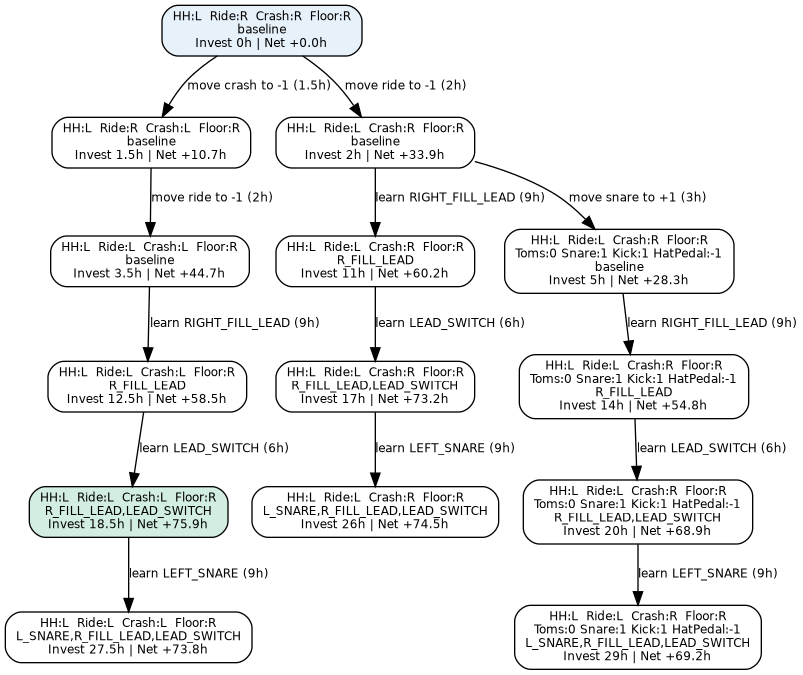
bliiir/drum-graph-optimizer keeps this Graphviz diagram as drum_options.png. Above is the earlier version. Its source is kept beside it as drum_options.dot.
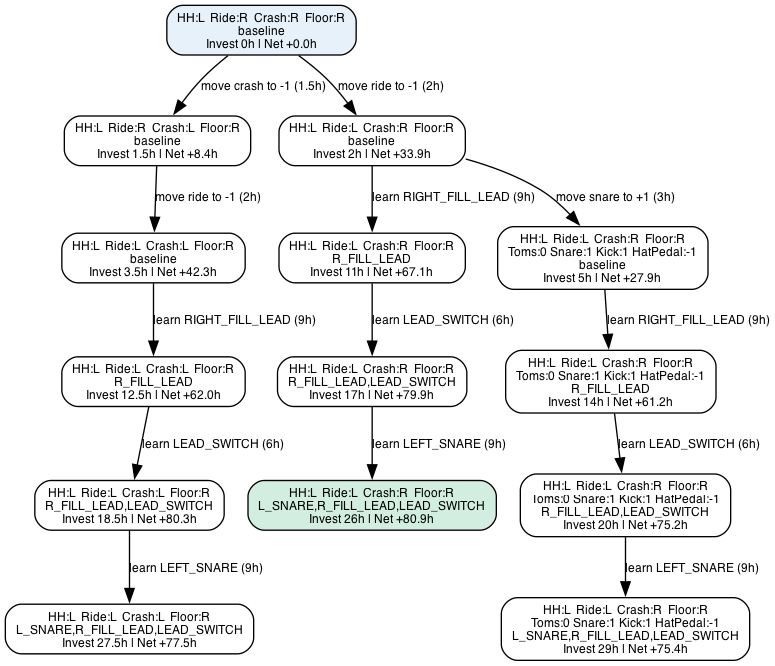
Later version of the same file.

Commit message:
fix: fill mirroring, pairing floor, A/B lookup

Diff of the diagram source:
```diff
@@ -3,28 +3,28 @@
   graph [fontname=Helvetica, bgcolor=white];
   node [shape=box, style=rounded, fontname=Helvetica, fontsize=9];
   edge [fontname=Helvetica, fontsize=9];
-  n0 [label="HH:L  Ride:L  Crash:L  Floor:R\nR_FILL_LEAD,LEAD_SWITCH\nInvest 18.5h | Net +75.9h", fillcolor="#D2EEE1", style="rounded,filled"];
-  n1 [label="HH:L  Ride:L  Crash:R  Floor:R\nL_SNARE,R_FILL_LEAD,LEAD_SWITCH\nInvest 26h | Net +74.5h"];
-  n2 [label="HH:L  Ride:L  Crash:R  Floor:R\nToms:0 Snare:1 Kick:1 HatPedal:-1\nL_SNARE,R_FILL_LEAD,LEAD_SWITCH\nInvest 29h | Net +69.2h"];
-  n3 [label="HH:L  Ride:L  Crash:R  Floor:R\nToms:0 Snare:1 Kick:1 HatPedal:-1\nR_FILL_LEAD,LEAD_SWITCH\nInvest 20h | Net +68.9h"];
-  n4 [label="HH:L  Ride:L  Crash:R  Floor:R\nToms:0 Snare:1 Kick:1 HatPedal:-1\nR_FILL_LEAD\nInvest 14h | Net +54.8h"];
+  n0 [label="HH:L  Ride:L  Crash:L  Floor:R\nR_FILL_LEAD,LEAD_SWITCH\nInvest 18.5h | Net +80.3h"];
+  n1 [label="HH:L  Ride:L  Crash:R  Floor:R\nL_SNARE,R_FILL_LEAD,LEAD_SWITCH\nInvest 26h | Net +80.9h", fillcolor="#D2EEE1", style="rounded,filled"];
+  n2 [label="HH:L  Ride:L  Crash:R  Floor:R\nToms:0 Snare:1 Kick:1 HatPedal:-1\nL_SNARE,R_FILL_LEAD,LEAD_SWITCH\nInvest 29h | Net +75.4h"];
+  n3 [label="HH:L  Ride:L  Crash:R  Floor:R\nToms:0 Snare:1 Kick:1 HatPedal:-1\nR_FILL_LEAD,LEAD_SWITCH\nInvest 20h | Net +75.2h"];
+  n4 [label="HH:L  Ride:L  Crash:R  Floor:R\nToms:0 Snare:1 Kick:1 HatPedal:-1\nR_FILL_LEAD\nInvest 14h | Net +61.2h"];
   n5 [label="HH:L  Ride:R  Crash:R  Floor:R\nbaseline\nInvest 0h | Net +0.0h", fillcolor="#E7F1F9", style="rounded,filled"];
-  n6 [label="HH:L  Ride:L  Crash:R  Floor:R\nR_FILL_LEAD,LEAD_SWITCH\nInvest 17h | Net +73.2h"];
-  n7 [label="HH:L  Ride:L  Crash:R  Floor:R\nR_FILL_LEAD\nInvest 11h | Net +60.2h"];
-  n8 [label="HH:L  Ride:L  Crash:L  Floor:R\nbaseline\nInvest 3.5h | Net +44.7h"];
-  n9 [label="HH:L  Ride:R  Crash:L  Floor:R\nbaseline\nInvest 1.5h | Net +10.7h"];
-  n10 [label="HH:L  Ride:L  Crash:R  Floor:R\nToms:0 Snare:1 Kick:1 HatPedal:-1\nbaseline\nInvest 5h | Net +28.3h"];
-  n11 [label="HH:L  Ride:L  Crash:L  Floor:R\nL_SNARE,R_FILL_LEAD,LEAD_SWITCH\nInvest 27.5h | Net +73.8h"];
+  n6 [label="HH:L  Ride:L  Crash:R  Floor:R\nR_FILL_LEAD,LEAD_SWITCH\nInvest 17h | Net +79.9h"];
+  n7 [label="HH:L  Ride:L  Crash:R  Floor:R\nR_FILL_LEAD\nInvest 11h | Net +67.1h"];
+  n8 [label="HH:L  Ride:L  Crash:L  Floor:R\nbaseline\nInvest 3.5h | Net +42.3h"];
+  n9 [label="HH:L  Ride:R  Crash:L  Floor:R\nbaseline\nInvest 1.5h | Net +8.4h"];
+  n10 [label="HH:L  Ride:L  Crash:R  Floor:R\nToms:0 Snare:1 Kick:1 HatPedal:-1\nbaseline\nInvest 5h | Net +27.9h"];
+  n11 [label="HH:L  Ride:L  Crash:L  Floor:R\nL_SNARE,R_FILL_LEAD,LEAD_SWITCH\nInvest 27.5h | Net +77.5h"];
   n12 [label="HH:L  Ride:L  Crash:R  Floor:R\nbaseline\nInvest 2h | Net +33.9h"];
-  n13 [label="HH:L  Ride:L  Crash:L  Floor:R\nR_FILL_LEAD\nInvest 12.5h | Net +58.5h"];
+  n13 [label="HH:L  Ride:L  Crash:L  Floor:R\nR_FILL_LEAD\nInvest 12.5h | Net +62.0h"];
+  n6 -> n1 [label="learn LEFT_SNARE (9h)"];
+  n7 -> n6 [label="learn LEAD_SWITCH (6h)"];
+  n12 -> n7 [label="learn RIGHT_FILL_LEAD (9h)"];
+  n5 -> n12 [label="move ride to -1 (2h)"];
   n13 -> n0 [label="learn LEAD_SWITCH (6h)"];
   n8 -> n13 [label="learn RIGHT_FILL_LEAD (9h)"];
   n9 -> n8 [label="move ride to -1 (2h)"];
   n5 -> n9 [label="move crash to -1 (1.5h)"];
-  n6 -> n1 [label="learn LEFT_SNARE (9h)"];
-  n7 -> n6 [label="learn LEAD_SWITCH (6h)"];
-  n12 -> n7 [label="learn RIGHT_FILL_LEAD (9h)"];
-  n5 -> n12 [label="move ride to -1 (2h)"];
   n0 -> n11 [label="learn LEFT_SNARE (9h)"];
   n3 -> n2 [label="learn LEFT_SNARE (9h)"];
   n4 -> n3 [label="learn LEAD_SWITCH (6h)"];
```
